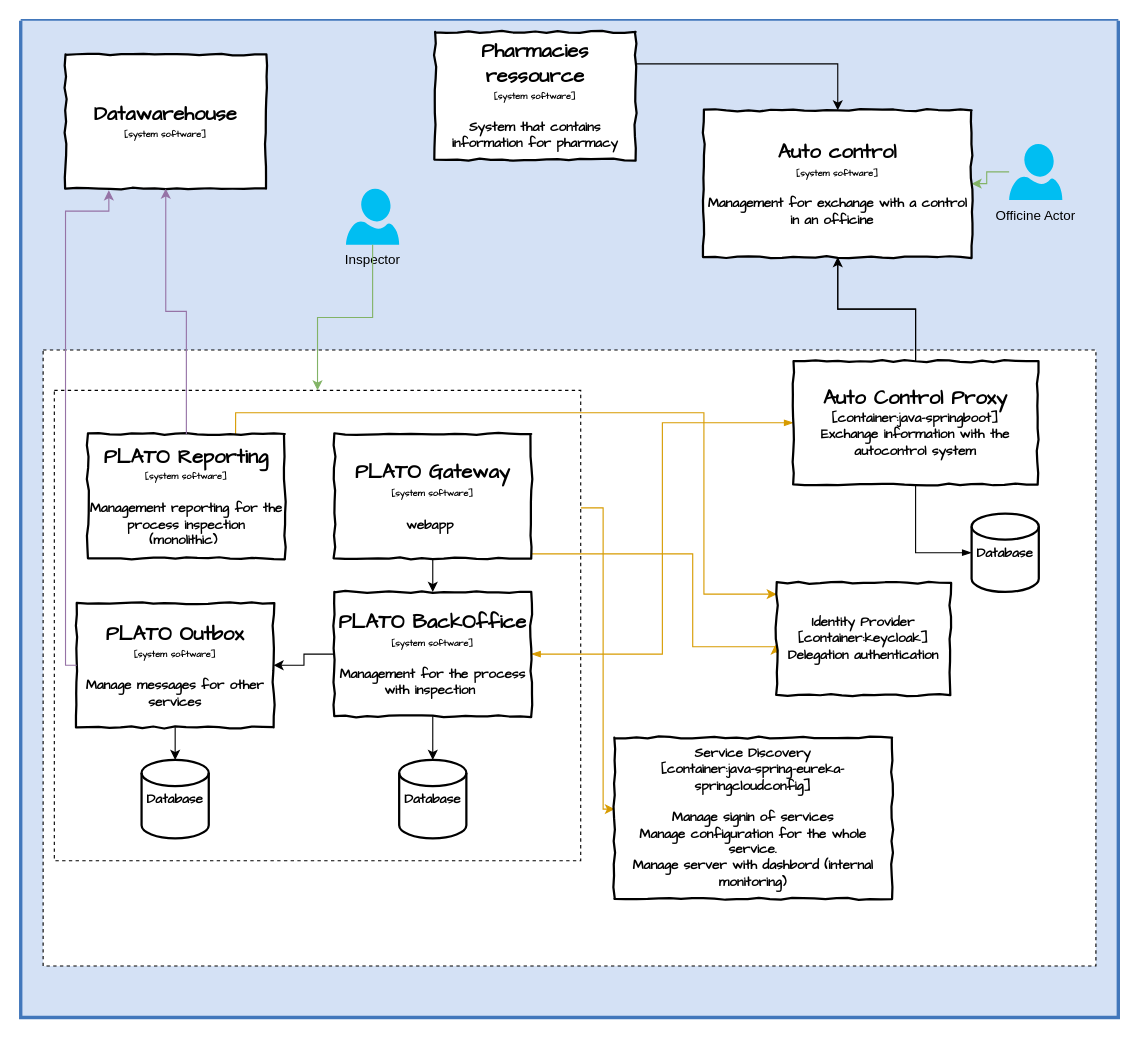
This is src/docs/asciidoc/architecture/diagrams/container_diagram_plato_v1.drawio from jv-it-io/archi-documentation, a draw.io file, before an edit. Source tidied: cells renumbered, new cells numbered last; positions are measured from the earlier drawing's top-left corner, leaving out a move shared by most shapes. Both pictures are drawn from the tidied source at 112%, with x=0, y=0 at pixel (20, 20).
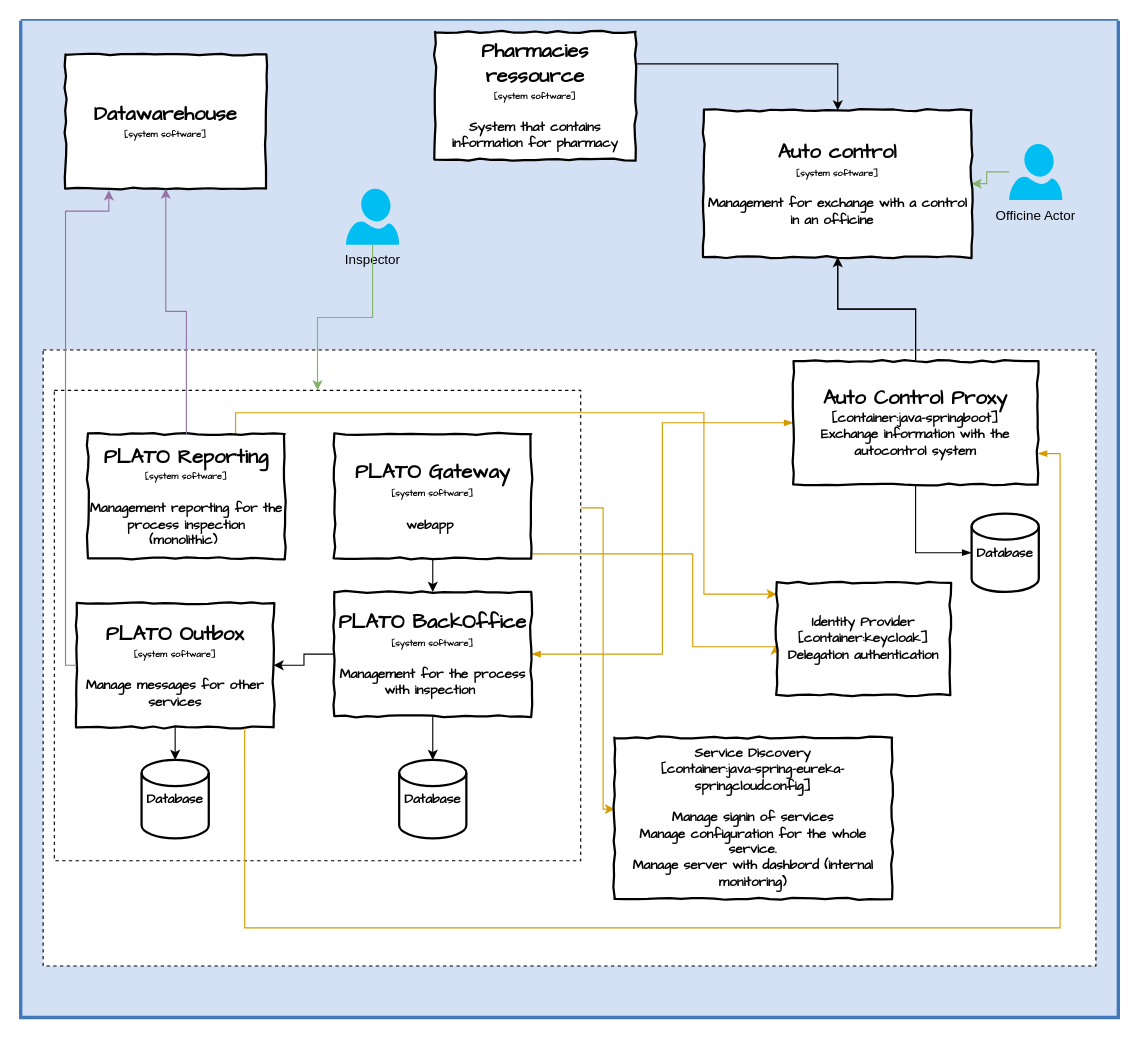
The same diagram, later.

Commit message (it also covers changes not shown here):
Update flux outbox proxy container diagram

The change refers to these unchanged cells:
```xml
<mxCell id="2" style="swimlane;shadow=0;strokeColor=#4277BB;fillColor=none;fontColor=#4277BB;align=right;startSize=0;strokeWidth=3;swimlaneFillColor=#D4E1F5;" parent="1" vertex="1">
  <mxGeometry width="980" height="890" as="geometry" />
</mxCell>
<mxCell id="22" value="&lt;font style=&quot;font-size: 18px&quot;&gt;PLATO Outbox&lt;/font&gt;&lt;br&gt;&lt;font style=&quot;font-size: 8px&quot;&gt;[system software]&lt;br&gt;&lt;/font&gt;&lt;br&gt;Manage messages for other services" style="html=1;whiteSpace=wrap;comic=1;strokeWidth=2;fontFamily=Comic Sans MS;fontStyle=1;" parent="2" vertex="1">
  <mxGeometry x="50" y="520" width="175.8" height="111" as="geometry" />
</mxCell>
<mxCell id="26" value="&lt;font style=&quot;font-size: 18px&quot;&gt;Auto Control Proxy&lt;/font&gt;&lt;br&gt;[container:java-springboot]&lt;br&gt;Exchange information with the autocontrol system" style="html=1;whiteSpace=wrap;comic=1;strokeWidth=2;fontFamily=Comic Sans MS;fontStyle=1;" parent="2" vertex="1">
  <mxGeometry x="690" y="304" width="218" height="110" as="geometry" />
</mxCell>
```

Change to the diagram source:
```diff
@@
+    <mxCell id="37" style="edgeStyle=orthogonalEdgeStyle;rounded=0;jettySize=auto;html=1;exitX=0.853;exitY=1.009;exitDx=0;exitDy=0;entryX=1;entryY=0.75;entryDx=0;entryDy=0;endArrow=blockThin;endFill=1;fillColor=#ffe6cc;strokeColor=#d79b00;startArrow=none;startFill=0;exitPerimeter=0;" parent="2" edge="1" source="22" target="26">
+      <mxGeometry relative="1" as="geometry">
+        <Array as="points">
+          <mxPoint x="200" y="810" />
+          <mxPoint x="928" y="810" />
+          <mxPoint x="928" y="387" />
+        </Array>
+      </mxGeometry>
+    </mxCell>
```
